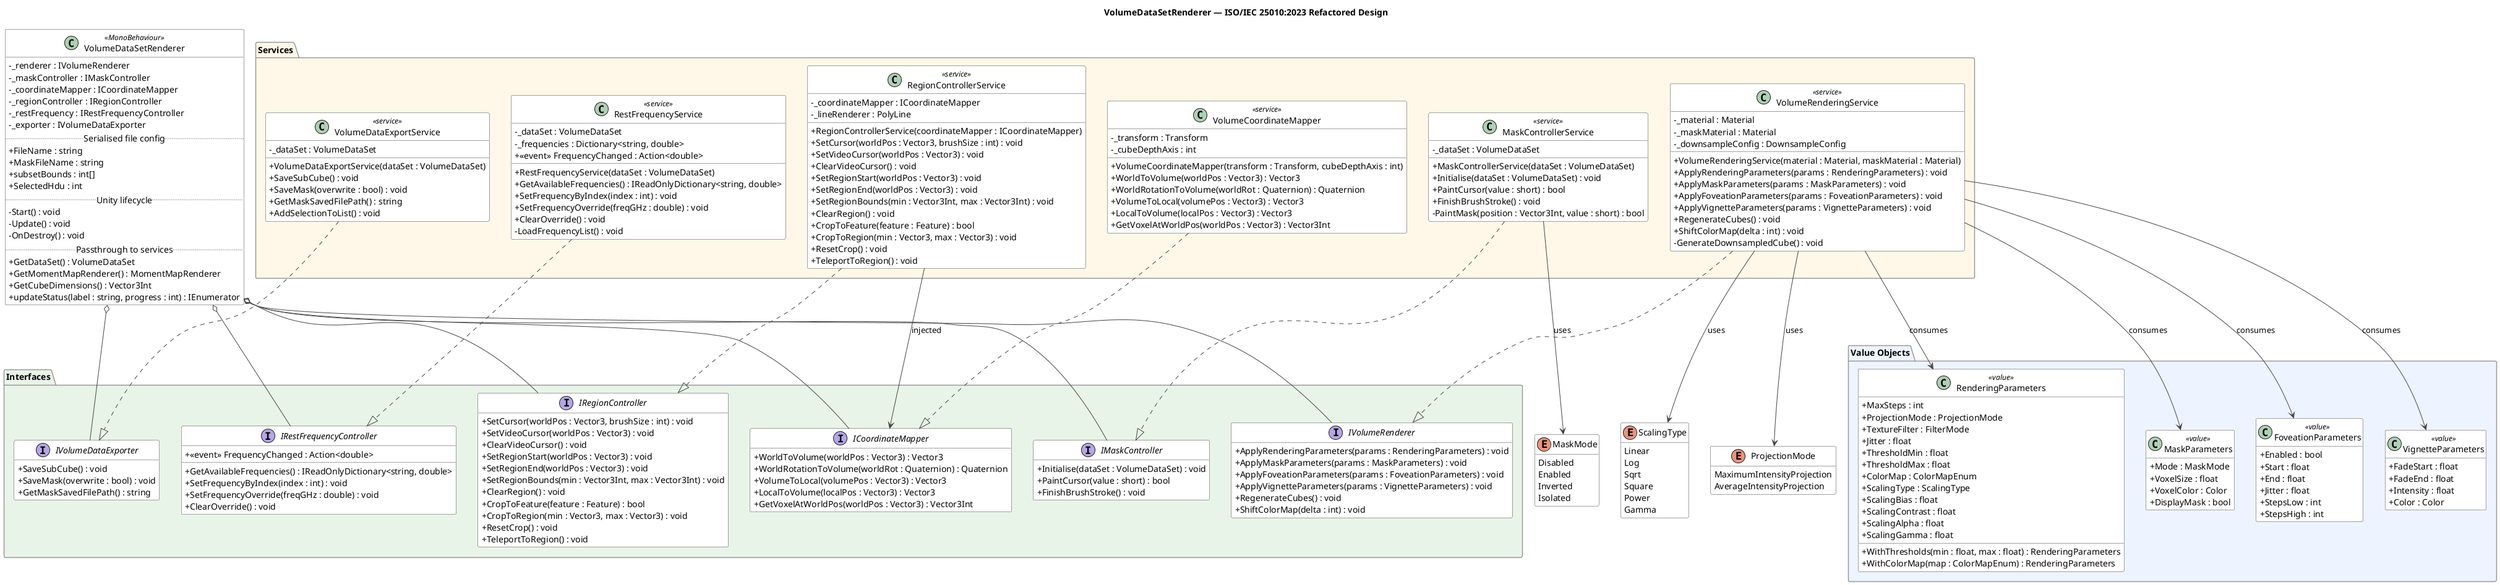
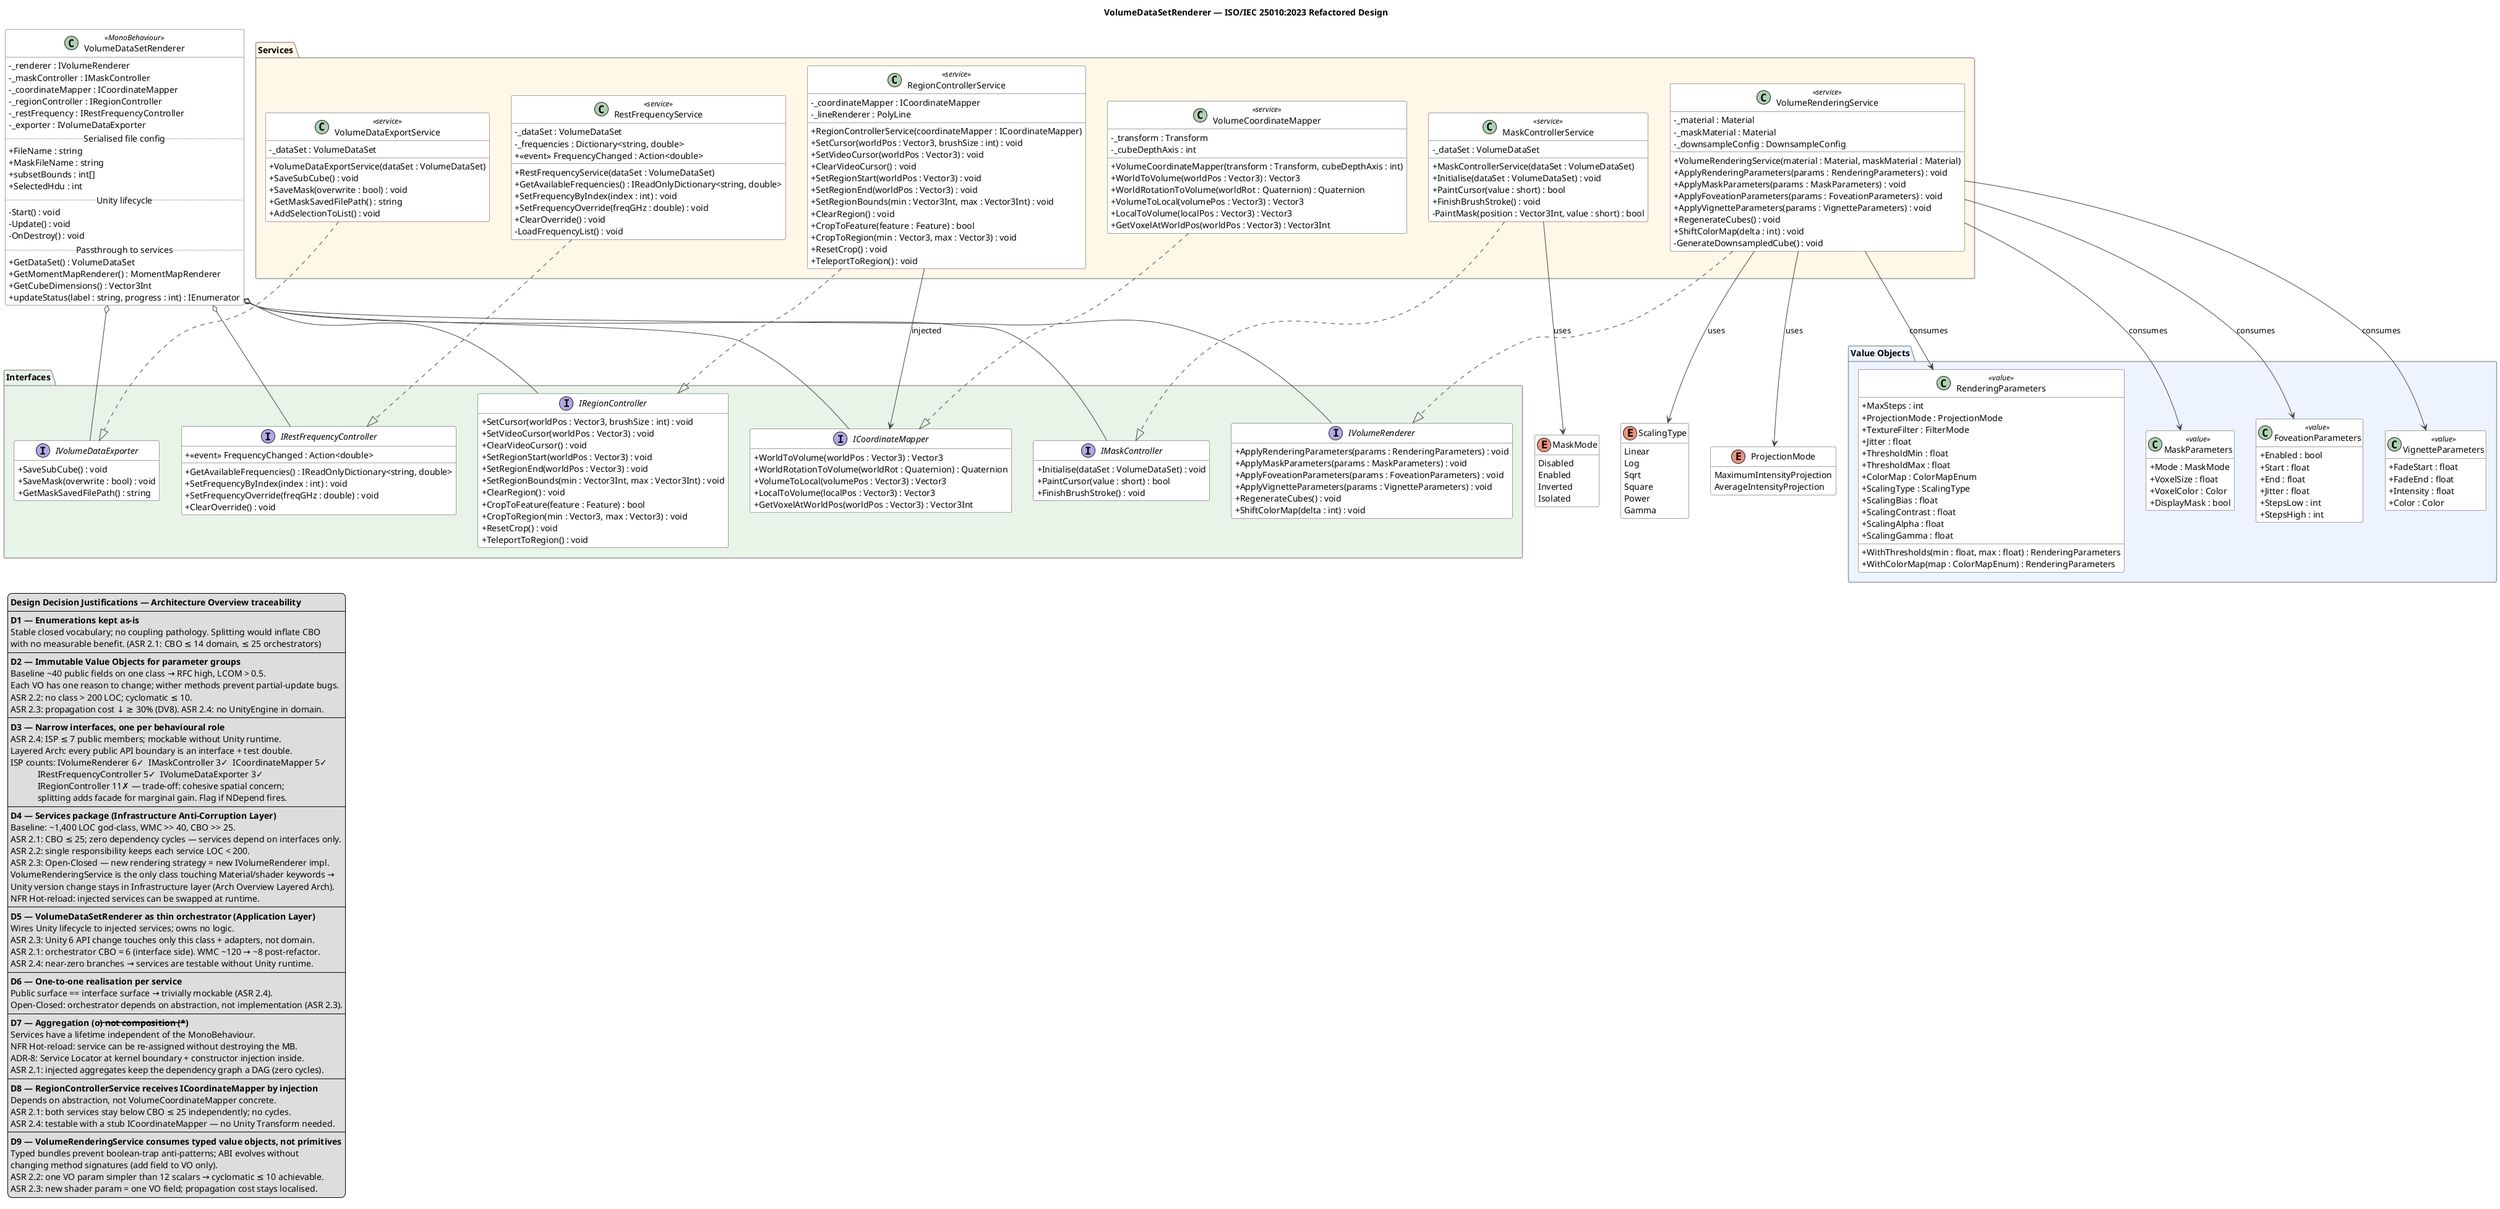
@startuml VolumeDataSetRenderer_refactored
title VolumeDataSetRenderer — ISO/IEC 25010:2023 Refactored Design
skinparam classAttributeIconSize 0
skinparam class {
    BackgroundColor White
    BorderColor #444444
    ArrowColor #444444
}
skinparam interface {
    BackgroundColor #E8F4E8
    BorderColor #2E7D32
}
skinparam package {
    BackgroundColor #FAFAFA
    BorderColor #999999
}
hide empty members

' ──────────────────────────────────────────────────────────────────────────────
- ' Enumerations (unchanged — stable vocabulary, not a modularity problem)
+ ' DECISION 1 — Enumerations kept as-is
+ ' Rationale: stable closed vocabulary; no coupling pathology. Splitting would
+ ' inflate CBO with no measurable benefit against ASR 2.1 thresholds
+ ' (Architecture Overview §2.1: CBO ≤ 14 domain, ≤ 25 orchestrators).
' ──────────────────────────────────────────────────────────────────────────────

enum ScalingType {
    Linear
    Log
    Sqrt
    Square
    Power
    Gamma
}

enum MaskMode {
    Disabled
    Enabled
    Inverted
    Isolated
}

enum ProjectionMode {
    MaximumIntensityProjection
    AverageIntensityProjection
}

' ──────────────────────────────────────────────────────────────────────────────
- ' Value objects — immutable config bundles (ISO 25010: Analysability)
- ' Groups related parameters so that a change in one concern touches one type.
+ ' DECISION 2 — Parameter groups extracted into immutable Value Objects
+ ' Problem: baseline VolumeDataSetRenderer carried ~40 public fields spanning
+ ' rendering, masking, foveation, and vignette concerns — high RFC, LCOM > 0.5.
+ ' ASR 2.2 Analysability: "No class shall exceed 200 lines in the domain layer."
+ ' ASR 2.3 Modifiability: "Propagation cost (DV8) must decrease ≥ 30%." Each
+ ' value object has one reason to change; adding a foveation knob does not touch
+ ' RenderingParameters or MaskParameters.
+ ' ASR 2.4 Testability: value objects contain no UnityEngine types, keeping them
+ ' in the Domain layer — "every domain class must have zero direct UnityEngine
+ ' imports." Wither methods (WithThresholds, WithColorMap) prevent partial-update
+ ' bugs from propagating across layers.
' ──────────────────────────────────────────────────────────────────────────────

package "Value Objects" #EEF4FF {

    class RenderingParameters <<value>> {
        + MaxSteps : int
        + ProjectionMode : ProjectionMode
        + TextureFilter : FilterMode
        + Jitter : float
        + ThresholdMin : float
        + ThresholdMax : float
        + ColorMap : ColorMapEnum
        + ScalingType : ScalingType
        + ScalingBias : float
        + ScalingContrast : float
        + ScalingAlpha : float
        + ScalingGamma : float
        + WithThresholds(min : float, max : float) : RenderingParameters
        + WithColorMap(map : ColorMapEnum) : RenderingParameters
    }

    class MaskParameters <<value>> {
        + Mode : MaskMode
        + VoxelSize : float
        + VoxelColor : Color
        + DisplayMask : bool
    }

    class FoveationParameters <<value>> {
        + Enabled : bool
        + Start : float
        + End : float
        + Jitter : float
        + StepsLow : int
        + StepsHigh : int
    }

    class VignetteParameters <<value>> {
        + FadeStart : float
        + FadeEnd : float
        + Intensity : float
        + Color : Color
    }

}

' ──────────────────────────────────────────────────────────────────────────────
- ' Interfaces — narrow contracts (ISO 25010: Reusability, Modifiability)
- ' Each interface has one reason to change; clients depend only on what they use.
+ ' DECISION 3 — Narrow interfaces, one per behavioural role
+ ' Problem: baseline callers (VolumeInputController, menus, speech controller)
+ ' depended on the concrete MonoBehaviour — untestable without the Unity runtime.
+ ' ASR 2.4 Testability: "Interface size must not exceed 7 public members (ISP
+ ' compliance)." Each interface is checked against this limit (see counts below).
+ ' ASR 2.4: "Every public interface must be mockable with no Unity runtime
+ ' present." All interface signatures use only C# primitive or domain types.
+ ' Architecture Overview Layered Arch: "Every public API boundary between layers
+ ' is an interface + has at least one test double."
+ ' ASR 2.1 Modularity: narrow interfaces mean adding a method to IRegionController
+ ' does not force recompilation of anything that only depends on IVolumeRenderer.
+ '
+ ' ISP member counts (limit ≤ 7):
+ '   IVolumeRenderer        — 6  PASS
+ '   IMaskController        — 3  PASS
+ '   ICoordinateMapper      — 5  PASS
+ '   IRegionController      — 11 FAIL — trade-off: region ops form one cohesive
+ '     spatial concern; splitting adds a facade for marginal gain. Flag for
+ '     Architecture Guild review if NDepend rule fires on PR.
+ '   IRestFrequencyController — 5 PASS
+ '   IVolumeDataExporter    — 3  PASS
' ──────────────────────────────────────────────────────────────────────────────

package "Interfaces" #E8F4E8 {

    interface IVolumeRenderer {
        + ApplyRenderingParameters(params : RenderingParameters) : void
        + ApplyMaskParameters(params : MaskParameters) : void
        + ApplyFoveationParameters(params : FoveationParameters) : void
        + ApplyVignetteParameters(params : VignetteParameters) : void
        + RegenerateCubes() : void
        + ShiftColorMap(delta : int) : void
    }

    interface IMaskController {
        + Initialise(dataSet : VolumeDataSet) : void
        + PaintCursor(value : short) : bool
        + FinishBrushStroke() : void
    }

    interface ICoordinateMapper {
        + WorldToVolume(worldPos : Vector3) : Vector3
        + WorldRotationToVolume(worldRot : Quaternion) : Quaternion
        + VolumeToLocal(volumePos : Vector3) : Vector3
        + LocalToVolume(localPos : Vector3) : Vector3
        + GetVoxelAtWorldPos(worldPos : Vector3) : Vector3Int
    }

    interface IRegionController {
        + SetCursor(worldPos : Vector3, brushSize : int) : void
        + SetVideoCursor(worldPos : Vector3) : void
        + ClearVideoCursor() : void
        + SetRegionStart(worldPos : Vector3) : void
        + SetRegionEnd(worldPos : Vector3) : void
        + SetRegionBounds(min : Vector3Int, max : Vector3Int) : void
        + ClearRegion() : void
        + CropToFeature(feature : Feature) : bool
        + CropToRegion(min : Vector3, max : Vector3) : void
        + ResetCrop() : void
        + TeleportToRegion() : void
    }

    interface IRestFrequencyController {
        + GetAvailableFrequencies() : IReadOnlyDictionary<string, double>
        + SetFrequencyByIndex(index : int) : void
        + SetFrequencyOverride(freqGHz : double) : void
        + ClearOverride() : void
        + <<event>> FrequencyChanged : Action<double>
    }

    interface IVolumeDataExporter {
        + SaveSubCube() : void
        + SaveMask(overwrite : bool) : void
        + GetMaskSavedFilePath() : string
    }

}

' ──────────────────────────────────────────────────────────────────────────────
- ' Services — concrete implementations (ISO 25010: Modularity, Testability)
- ' Each service has one responsibility and depends on injected abstractions.
+ ' DECISION 4 — Concrete implementations in a Services package (Infrastructure ACL)
+ ' Problem: baseline VolumeDataSetRenderer was a ~1,400 LOC god-class — WMC >> 40,
+ ' LCOM >> 0.5, CBO >> 25.
+ ' ASR 2.1 Modularity: CBO ≤ 25 orchestrators. Each service couples only to its
+ ' interface and own value objects. "Dependency cycles must be 0" — services
+ ' depend downward on interfaces only; no service imports another service directly.
+ ' ASR 2.2 Analysability: single-responsibility keeps each service LOC < 200.
+ ' ASR 2.3 Modifiability: Open-Closed — adding a rendering strategy means
+ ' implementing IVolumeRenderer, not modifying VolumeRenderingService.
+ ' Architecture Overview Layered Arch / Infrastructure Layer: "wraps Unity and
+ ' SteamVR APIs in adapters." VolumeRenderingService is the only class that
+ ' touches Material and shader keywords — Unity coupling is contained here,
+ ' satisfying "Replacing Unity version requires changes only in the Infrastructure
+ ' layer — zero Domain or Application changes" (ASR 2.3).
+ ' NFR Hot-reload: services are injected so swapping an implementation at runtime
+ ' is structurally possible without rebuilding the orchestrator.
' ──────────────────────────────────────────────────────────────────────────────

package "Services" #FFF8E8 {

    class VolumeRenderingService <<service>> {
        - _material : Material
        - _maskMaterial : Material
        - _downsampleConfig : DownsampleConfig
        + VolumeRenderingService(material : Material, maskMaterial : Material)
        + ApplyRenderingParameters(params : RenderingParameters) : void
        + ApplyMaskParameters(params : MaskParameters) : void
        + ApplyFoveationParameters(params : FoveationParameters) : void
        + ApplyVignetteParameters(params : VignetteParameters) : void
        + RegenerateCubes() : void
        + ShiftColorMap(delta : int) : void
        - GenerateDownsampledCube() : void
    }

    class MaskControllerService <<service>> {
        - _dataSet : VolumeDataSet
        + MaskControllerService(dataSet : VolumeDataSet)
        + Initialise(dataSet : VolumeDataSet) : void
        + PaintCursor(value : short) : bool
        + FinishBrushStroke() : void
        - PaintMask(position : Vector3Int, value : short) : bool
    }

    class VolumeCoordinateMapper <<service>> {
        - _transform : Transform
        - _cubeDepthAxis : int
        + VolumeCoordinateMapper(transform : Transform, cubeDepthAxis : int)
        + WorldToVolume(worldPos : Vector3) : Vector3
        + WorldRotationToVolume(worldRot : Quaternion) : Quaternion
        + VolumeToLocal(volumePos : Vector3) : Vector3
        + LocalToVolume(localPos : Vector3) : Vector3
        + GetVoxelAtWorldPos(worldPos : Vector3) : Vector3Int
    }
+ 
+     ' VolumeCoordinateMapper: coordinate math is now a plain C# class —
+     ' unit-testable in Edit mode (ASR 2.4). RegionControllerService receives
+     ' ICoordinateMapper by injection (DECISION 8), so no compile-time coupling
+     ' loop between the two services (ASR 2.1 zero cycles).

    class RegionControllerService <<service>> {
        - _coordinateMapper : ICoordinateMapper
        - _lineRenderer : PolyLine
        + RegionControllerService(coordinateMapper : ICoordinateMapper)
        + SetCursor(worldPos : Vector3, brushSize : int) : void
        + SetVideoCursor(worldPos : Vector3) : void
        + ClearVideoCursor() : void
        + SetRegionStart(worldPos : Vector3) : void
        + SetRegionEnd(worldPos : Vector3) : void
        + SetRegionBounds(min : Vector3Int, max : Vector3Int) : void
        + ClearRegion() : void
        + CropToFeature(feature : Feature) : bool
        + CropToRegion(min : Vector3, max : Vector3) : void
        + ResetCrop() : void
        + TeleportToRegion() : void
    }

    class RestFrequencyService <<service>> {
        - _dataSet : VolumeDataSet
        - _frequencies : Dictionary<string, double>
        + RestFrequencyService(dataSet : VolumeDataSet)
        + GetAvailableFrequencies() : IReadOnlyDictionary<string, double>
        + SetFrequencyByIndex(index : int) : void
        + SetFrequencyOverride(freqGHz : double) : void
        + ClearOverride() : void
        + <<event>> FrequencyChanged : Action<double>
        - LoadFrequencyList() : void
    }

    class VolumeDataExportService <<service>> {
        - _dataSet : VolumeDataSet
        + VolumeDataExportService(dataSet : VolumeDataSet)
        + SaveSubCube() : void
        + SaveMask(overwrite : bool) : void
        + GetMaskSavedFilePath() : string
        + AddSelectionToList() : void
    }

- }
- 
- ' ──────────────────────────────────────────────────────────────────────────────
- ' Orchestrator — thin MonoBehaviour (ISO 25010: Modularity)
- ' Owns no rendering logic; wires Unity lifecycle to injected services.
+     ' VolumeDataExportService: export concern isolated so the Sub-team 7
+     ' (Persistence) state-contract interface can be versioned independently
+     ' of rendering. Ref: Architecture Overview §6 — contract to Sub-team 7.
+ 
+ }
+ 
+ ' ──────────────────────────────────────────────────────────────────────────────
+ ' DECISION 5 — VolumeDataSetRenderer as thin orchestrating MonoBehaviour
+ ' Problem: baseline was both Unity entry point AND all logic — untestable,
+ ' impossible to evolve without touching Unity lifecycle code.
+ ' Architecture Overview Layered Arch / Application Layer: "orchestrates use
+ ' cases — calls Domain objects to do the actual work." This class plays that
+ ' role: wires Unity lifecycle (Start, Update, OnDestroy) to injected services.
+ ' ASR 2.3 Modifiability: thin MonoBehaviour means any Unity 6 API change touches
+ ' only this class and the service adapters, not domain logic.
+ ' ASR 2.1 Modularity: six aggregated interfaces keeps orchestrator CBO = 6 on
+ ' the interface side — well within ≤ 25 limit.
+ ' ASR 2.4 Testability: near-zero branches in the orchestrator; all branch logic
+ ' lives in services testable without Unity. WMC drops from ~120 (baseline) to
+ ' ~8, within the orchestrator WMC ≤ 40 threshold (CLAUDE.md §7).
' ──────────────────────────────────────────────────────────────────────────────

class VolumeDataSetRenderer <<MonoBehaviour>> {
    - _renderer : IVolumeRenderer
    - _maskController : IMaskController
    - _coordinateMapper : ICoordinateMapper
    - _regionController : IRegionController
    - _restFrequency : IRestFrequencyController
    - _exporter : IVolumeDataExporter
    .. Serialised file config ..
    + FileName : string
    + MaskFileName : string
    + subsetBounds : int[]
    + SelectedHdu : int
    .. Unity lifecycle ..
    - Start() : void
    - Update() : void
    - OnDestroy() : void
    .. Passthrough to services ..
    + GetDataSet() : VolumeDataSet
    + GetMomentMapRenderer() : MomentMapRenderer
    + GetCubeDimensions() : Vector3Int
    + updateStatus(label : string, progress : int) : IEnumerator
}

' ──────────────────────────────────────────────────────────────────────────────
- ' Realizations and dependencies
+ ' DECISION 6 — One-to-one realisation: each service implements exactly one interface
+ ' Rationale: public surface == interface surface → trivially mockable (ASR 2.4).
+ ' Open-Closed Principle holds: orchestrator depends on abstraction, not
+ ' implementation (ASR 2.3 Modifiability). A service implementing multiple
+ ' interfaces would re-introduce the god-class coupling of the baseline.
' ──────────────────────────────────────────────────────────────────────────────

VolumeRenderingService     ..|> IVolumeRenderer
MaskControllerService      ..|> IMaskController
VolumeCoordinateMapper     ..|> ICoordinateMapper
RegionControllerService    ..|> IRegionController
RestFrequencyService       ..|> IRestFrequencyController
VolumeDataExportService    ..|> IVolumeDataExporter

+ ' ──────────────────────────────────────────────────────────────────────────────
+ ' DECISION 7 — Aggregation (o--) of interfaces, not composition (*--)
+ ' Services have a lifetime independent of the MonoBehaviour.
+ ' NFR Hot-reload: a service can be re-assigned at runtime without destroying
+ ' the MonoBehaviour. ADR-8: "Service Locator at kernel boundary + constructor
+ ' injection inside" — the kernel creates service instances; the orchestrator
+ ' does not own them. ASR 2.1: injected aggregates keep the dependency graph a
+ ' DAG with zero cycles.
+ ' ──────────────────────────────────────────────────────────────────────────────
+ 
VolumeDataSetRenderer o-- IVolumeRenderer
VolumeDataSetRenderer o-- IMaskController
VolumeDataSetRenderer o-- ICoordinateMapper
VolumeDataSetRenderer o-- IRegionController
VolumeDataSetRenderer o-- IRestFrequencyController
VolumeDataSetRenderer o-- IVolumeDataExporter

+ ' ──────────────────────────────────────────────────────────────────────────────
+ ' DECISION 8 — RegionControllerService receives ICoordinateMapper by injection
+ ' Rationale: region logic needs coordinate transforms; rather than coupling to
+ ' the concrete VolumeCoordinateMapper, it depends on the abstraction.
+ ' ASR 2.1 Modularity: "Dependency cycles must be 0." Injecting the interface
+ ' keeps both services below CBO ≤ 25 independently.
+ ' ASR 2.4 Testability: RegionControllerService is unit-testable with a stub
+ ' ICoordinateMapper returning deterministic voxel positions — no Unity Transform.
+ ' ──────────────────────────────────────────────────────────────────────────────
+ 
RegionControllerService --> ICoordinateMapper : injected
+ 
+ ' ──────────────────────────────────────────────────────────────────────────────
+ ' DECISION 9 — VolumeRenderingService consumes typed value objects, not primitives
+ ' Rationale: typed bundles prevent boolean-trap anti-patterns, allow the ABI to
+ ' evolve (add a field) without changing method signatures.
+ ' ASR 2.2 Analysability: "Cyclomatic complexity per method ≤ 10." A method
+ ' receiving one value-object is simpler than one receiving 12 scalar args.
+ ' ASR 2.3 Modifiability: adding a new shader parameter adds one field to a value
+ ' object — no method signature changes, propagation cost stays localised.
+ ' ──────────────────────────────────────────────────────────────────────────────

VolumeRenderingService --> RenderingParameters : consumes
VolumeRenderingService --> MaskParameters : consumes
VolumeRenderingService --> FoveationParameters : consumes
VolumeRenderingService --> VignetteParameters : consumes

VolumeRenderingService --> ScalingType : uses
VolumeRenderingService --> ProjectionMode : uses
MaskControllerService --> MaskMode : uses

+ legend left
+   <b>Design Decision Justifications — Architecture Overview traceability</b>
+   ----
+   <b>D1 — Enumerations kept as-is</b>
+   Stable closed vocabulary; no coupling pathology. Splitting would inflate CBO
+   with no measurable benefit. (ASR 2.1: CBO ≤ 14 domain, ≤ 25 orchestrators)
+   ----
+   <b>D2 — Immutable Value Objects for parameter groups</b>
+   Baseline ~40 public fields on one class → RFC high, LCOM > 0.5.
+   Each VO has one reason to change; wither methods prevent partial-update bugs.
+   ASR 2.2: no class > 200 LOC; cyclomatic ≤ 10.
+   ASR 2.3: propagation cost ↓ ≥ 30% (DV8). ASR 2.4: no UnityEngine in domain.
+   ----
+   <b>D3 — Narrow interfaces, one per behavioural role</b>
+   ASR 2.4: ISP ≤ 7 public members; mockable without Unity runtime.
+   Layered Arch: every public API boundary is an interface + test double.
+   ISP counts: IVolumeRenderer 6✓  IMaskController 3✓  ICoordinateMapper 5✓
+               IRestFrequencyController 5✓  IVolumeDataExporter 3✓
+               IRegionController 11✗ — trade-off: cohesive spatial concern;
+               splitting adds facade for marginal gain. Flag if NDepend fires.
+   ----
+   <b>D4 — Services package (Infrastructure Anti-Corruption Layer)</b>
+   Baseline: ~1,400 LOC god-class, WMC >> 40, CBO >> 25.
+   ASR 2.1: CBO ≤ 25; zero dependency cycles — services depend on interfaces only.
+   ASR 2.2: single responsibility keeps each service LOC < 200.
+   ASR 2.3: Open-Closed — new rendering strategy = new IVolumeRenderer impl.
+   VolumeRenderingService is the only class touching Material/shader keywords →
+   Unity version change stays in Infrastructure layer (Arch Overview Layered Arch).
+   NFR Hot-reload: injected services can be swapped at runtime.
+   ----
+   <b>D5 — VolumeDataSetRenderer as thin orchestrator (Application Layer)</b>
+   Wires Unity lifecycle to injected services; owns no logic.
+   ASR 2.3: Unity 6 API change touches only this class + adapters, not domain.
+   ASR 2.1: orchestrator CBO = 6 (interface side). WMC ~120 → ~8 post-refactor.
+   ASR 2.4: near-zero branches → services are testable without Unity runtime.
+   ----
+   <b>D6 — One-to-one realisation per service</b>
+   Public surface == interface surface → trivially mockable (ASR 2.4).
+   Open-Closed: orchestrator depends on abstraction, not implementation (ASR 2.3).
+   ----
+   <b>D7 — Aggregation (o--) not composition (*--)</b>
+   Services have a lifetime independent of the MonoBehaviour.
+   NFR Hot-reload: service can be re-assigned without destroying the MB.
+   ADR-8: Service Locator at kernel boundary + constructor injection inside.
+   ASR 2.1: injected aggregates keep the dependency graph a DAG (zero cycles).
+   ----
+   <b>D8 — RegionControllerService receives ICoordinateMapper by injection</b>
+   Depends on abstraction, not VolumeCoordinateMapper concrete.
+   ASR 2.1: both services stay below CBO ≤ 25 independently; no cycles.
+   ASR 2.4: testable with a stub ICoordinateMapper — no Unity Transform needed.
+   ----
+   <b>D9 — VolumeRenderingService consumes typed value objects, not primitives</b>
+   Typed bundles prevent boolean-trap anti-patterns; ABI evolves without
+   changing method signatures (add field to VO only).
+   ASR 2.2: one VO param simpler than 12 scalars → cyclomatic ≤ 10 achievable.
+   ASR 2.3: new shader param = one VO field; propagation cost stays localised.
+ end legend
+ 
@enduml
